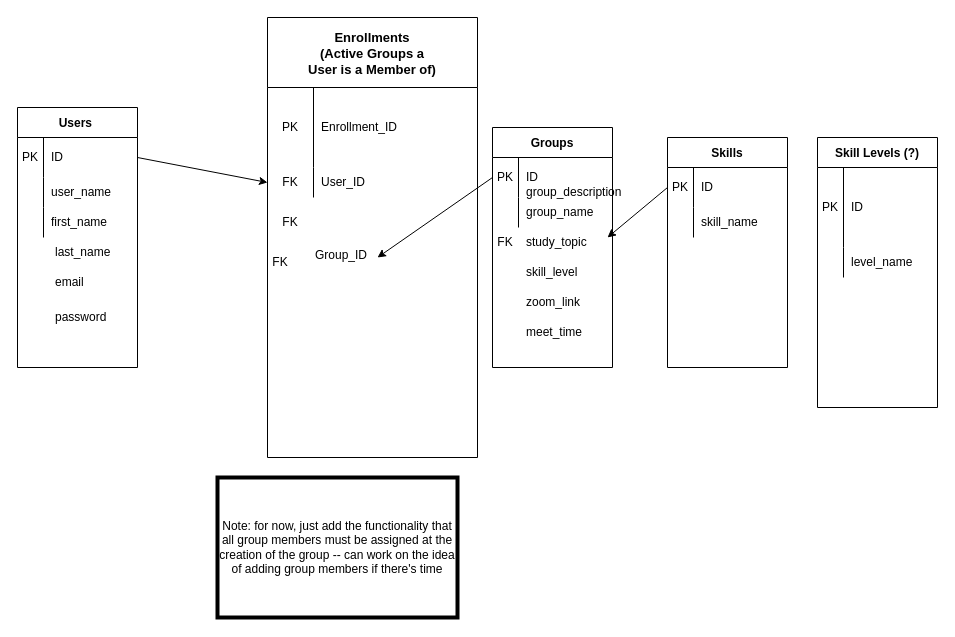
This is erd/er.dio from shawnbradyrobinson/study-group-maker, a draw.io file, before an edit. Source tidied: cells renumbered, new cells numbered last; positions are measured from the earlier drawing's top-left corner, leaving out a move shared by most shapes. Both pictures are drawn from the tidied source at 100%, with x=0, y=0 at pixel (17, 17).
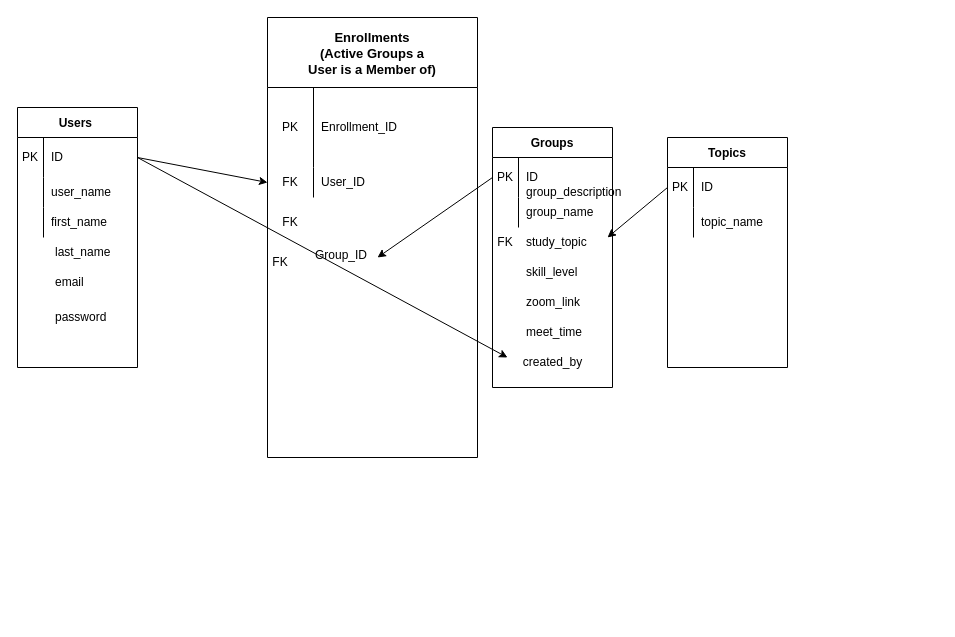
The same diagram, later.

The change refers to these unchanged cells:
```xml
<mxCell id="3" style="shape=tableRow;horizontal=0;startSize=0;swimlaneHead=0;swimlaneBody=0;top=0;left=0;bottom=0;right=0;fillColor=none;points=[[0,0.5],[1,0.5]];portConstraint=eastwest;" parent="2" vertex="1">
  <mxGeometry y="30" width="120" height="40" as="geometry" />
</mxCell>
<mxCell id="18" style="shape=tableRow;horizontal=0;startSize=0;swimlaneHead=0;swimlaneBody=0;top=0;left=0;bottom=0;right=0;fillColor=none;" parent="14" vertex="1">
  <mxGeometry y="70" width="120" height="30" as="geometry" />
</mxCell>
```

The edit, as a diff of the source:
```diff
@@
-    <mxCell id="14" value="Skills" style="shape=table;startSize=30;childLayout=tableLayout;rowLines=0;fontStyle=1;" parent="1" vertex="1">
+    <mxCell id="14" value="Topics" style="shape=table;startSize=30;childLayout=tableLayout;rowLines=0;fontStyle=1;" parent="1" vertex="1">
       <mxGeometry x="650" y="120" width="120" height="230" as="geometry" />
     </mxCell>
@@
-    <mxCell id="20" value="skill_name" style="shape=partialRectangle;html=1;whiteSpace=wrap;fillColor=none;top=0;left=0;bottom=0;right=0;align=left;spacingLeft=6;overflow=hidden;" parent="18" vertex="1">
+    <mxCell id="20" value="topic_name" style="shape=partialRectangle;html=1;whiteSpace=wrap;fillColor=none;top=0;left=0;bottom=0;right=0;align=left;spacingLeft=6;overflow=hidden;" parent="18" vertex="1">
       <mxGeometry x="26" width="94" height="30" as="geometry" />
     </mxCell>
     <mxCell id="21" value="Groups" style="shape=table;startSize=30;childLayout=tableLayout;rowLines=0;fontStyle=1;" parent="1" vertex="1">
-      <mxGeometry x="475" y="110" width="120" height="240" as="geometry" />
+      <mxGeometry x="475" y="110" width="120" height="260" as="geometry" />
     </mxCell>
@@
-    <mxCell id="41" value="Skill Levels (?)" style="shape=table;startSize=30;childLayout=tableLayout;rowLines=0;fontStyle=1;" parent="1" vertex="1">
-      <mxGeometry x="800" y="120" width="120" height="270" as="geometry" />
-    </mxCell>
-    <mxCell id="42" style="shape=tableRow;horizontal=0;startSize=0;swimlaneHead=0;swimlaneBody=0;top=0;left=0;bottom=0;right=0;fillColor=none;" parent="41" vertex="1">
-      <mxGeometry y="30" width="120" height="80" as="geometry" />
-    </mxCell>
-    <mxCell id="43" value="PK" style="shape=partialRectangle;html=1;whiteSpace=wrap;fillColor=none;top=0;left=0;bottom=0;right=0;overflow=hidden;" parent="42" vertex="1">
-      <mxGeometry width="26" height="80" as="geometry" />
-    </mxCell>
-    <mxCell id="44" value="ID&amp;nbsp;" style="shape=partialRectangle;html=1;whiteSpace=wrap;fillColor=none;top=0;left=0;bottom=0;right=0;align=left;spacingLeft=6;overflow=hidden;" parent="42" vertex="1">
-      <mxGeometry x="26" width="94" height="80" as="geometry" />
-    </mxCell>
-    <mxCell id="45" style="shape=tableRow;horizontal=0;startSize=0;swimlaneHead=0;swimlaneBody=0;top=0;left=0;bottom=0;right=0;fillColor=none;" parent="41" vertex="1">
-      <mxGeometry y="110" width="120" height="30" as="geometry" />
-    </mxCell>
-    <mxCell id="46" style="shape=partialRectangle;html=1;whiteSpace=wrap;fillColor=none;top=0;left=0;bottom=0;right=0;overflow=hidden;" parent="45" vertex="1">
-      <mxGeometry width="26" height="30" as="geometry" />
-    </mxCell>
-    <mxCell id="47" value="level_name" style="shape=partialRectangle;html=1;whiteSpace=wrap;fillColor=none;top=0;left=0;bottom=0;right=0;align=left;spacingLeft=6;overflow=hidden;" parent="45" vertex="1">
-      <mxGeometry x="26" width="94" height="30" as="geometry" />
-    </mxCell>
@@
-    <mxCell id="52" value="Note: for now, just add the functionality that all group members must be assigned at the creation of the group -- can work on the idea of adding group members if there's time" style="whiteSpace=wrap;html=1;strokeWidth=4;" parent="1" vertex="1">
-      <mxGeometry x="200" y="460" width="240" height="140" as="geometry" />
-    </mxCell>
@@
+    <mxCell id="57" value="created_by" style="text;html=1;align=center;verticalAlign=middle;strokeColor=none;fillColor=none;" parent="1" vertex="1">
+      <mxGeometry x="495" y="330" width="80" height="30" as="geometry" />
+    </mxCell>
+    <mxCell id="58" style="edgeStyle=none;html=1;exitX=1;exitY=0.5;exitDx=0;exitDy=0;" parent="1" edge="1" source="3">
+      <mxGeometry relative="1" as="geometry">
+        <mxPoint x="490" y="340" as="targetPoint" />
+      </mxGeometry>
+    </mxCell>
```
